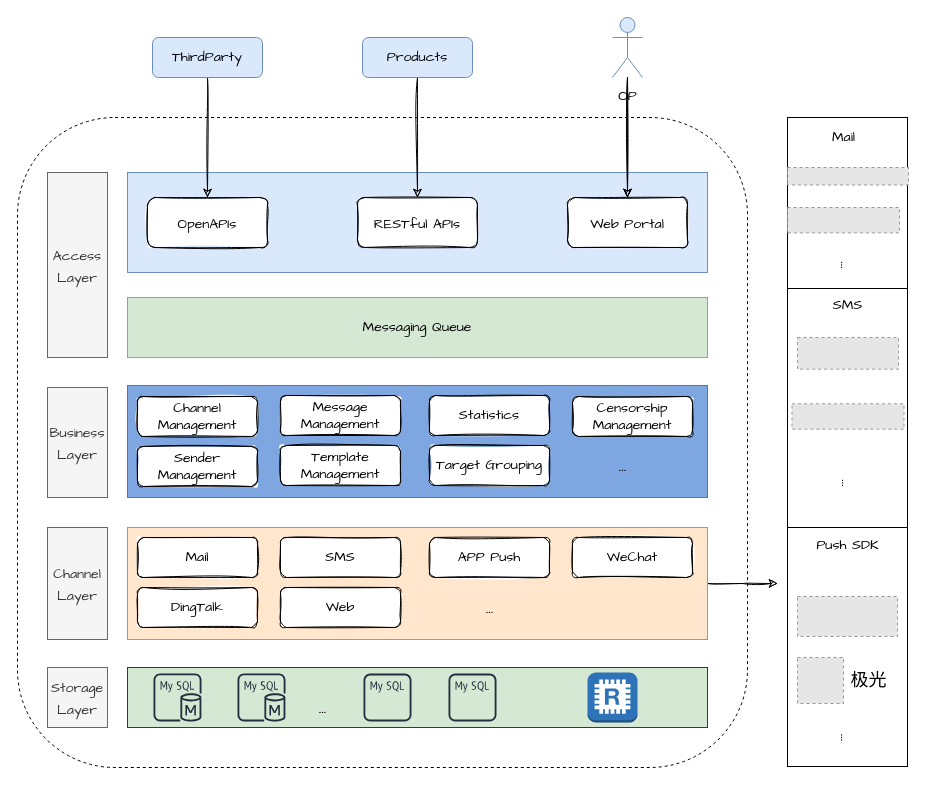
yindongjun/gangzhang.github.io keeps this draw.io diagram as MSP.drawio. Above is the earlier version. Source tidied: cells renumbered, new cells numbered last; positions are measured from the earlier drawing's top-left corner, leaving out a move shared by most shapes. Both pictures are drawn from the tidied source at 100%, with x=0, y=0 at pixel (17, 17). Pictures stored in the file or linked from it are replaced by grey dashed boxes.
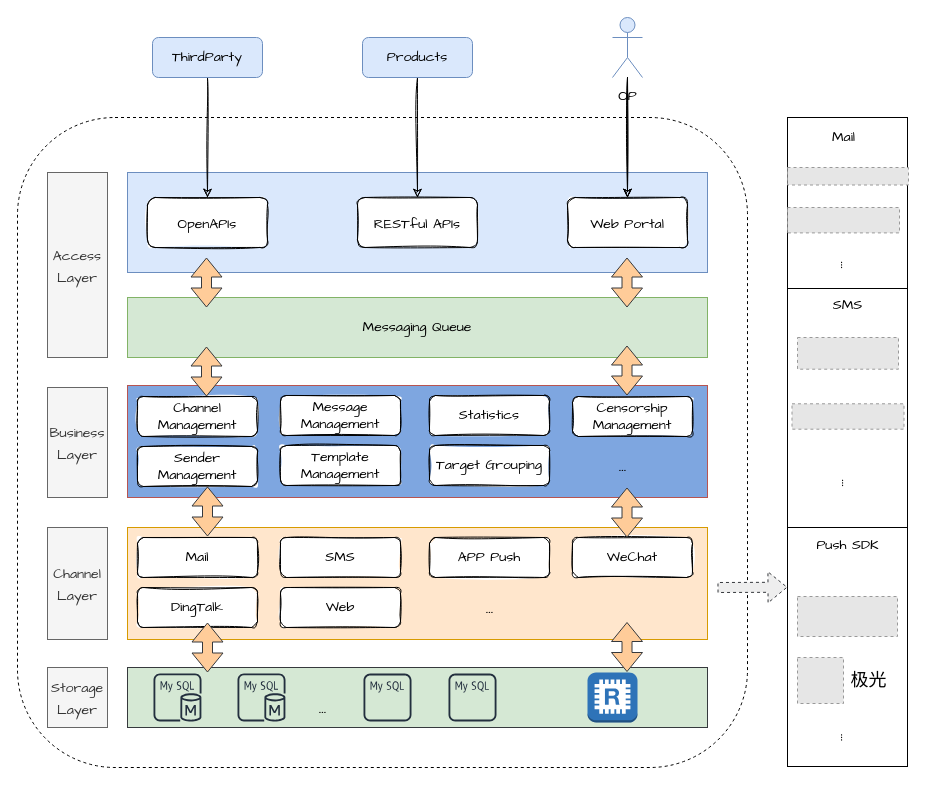
Above is the later version.

The change refers to these unchanged cells:
```xml
<mxCell id="26" style="rounded=0;whiteSpace=wrap;html=1;sketch=0;fontFamily=Comic Sans MS;fontSize=14;fillColor=#ffe6cc;strokeColor=#d79b00;" parent="1" vertex="1">
  <mxGeometry x="110" y="510" width="580" height="112" as="geometry" />
</mxCell>
<mxCell id="44" style="rounded=0;whiteSpace=wrap;html=1;labelBackgroundColor=none;sketch=0;fontFamily=Comic Sans MS;fontSize=14;fontColor=none;strokeColor=#000000;fillColor=default;" parent="1" vertex="1">
  <mxGeometry x="770" y="510" width="120" height="239" as="geometry" />
</mxCell>
```

Diff of the diagram source:
```diff
@@
-    <mxCell id="25" style="edgeStyle=orthogonalEdgeStyle;rounded=0;sketch=1;jettySize=auto;html=1;fontFamily=Comic Sans MS;fontSize=18;fontColor=none;" parent="1" edge="1" source="26">
-      <mxGeometry relative="1" as="geometry">
-        <mxPoint x="760" y="566" as="targetPoint" />
-      </mxGeometry>
-    </mxCell>
@@
+    <mxCell id="60" style="shape=flexArrow;endArrow=classic;startArrow=classic;html=1;rounded=0;sketch=0;fontFamily=Comic Sans MS;fontSize=14;fontColor=none;strokeWidth=1;fillColor=#ffcc99;strokeColor=#36393d;" parent="1" edge="1">
+      <mxGeometry relative="1" as="geometry">
+        <mxPoint x="189" y="290" as="sourcePoint" />
+        <mxPoint x="189" y="240" as="targetPoint" />
+      </mxGeometry>
+    </mxCell>
+    <mxCell id="61" style="shape=flexArrow;endArrow=classic;startArrow=classic;html=1;rounded=0;sketch=0;fontFamily=Comic Sans MS;fontSize=14;fontColor=none;strokeWidth=1;fillColor=#ffcc99;strokeColor=#36393d;" parent="1" edge="1">
+      <mxGeometry relative="1" as="geometry">
+        <mxPoint x="609.5" y="290" as="sourcePoint" />
+        <mxPoint x="609.5" y="240" as="targetPoint" />
+      </mxGeometry>
+    </mxCell>
+    <mxCell id="62" style="shape=flexArrow;endArrow=classic;startArrow=classic;html=1;rounded=0;sketch=0;fontFamily=Comic Sans MS;fontSize=14;fontColor=none;strokeWidth=1;fillColor=#ffcc99;strokeColor=#36393d;" parent="1" edge="1">
+      <mxGeometry relative="1" as="geometry">
+        <mxPoint x="189" y="379" as="sourcePoint" />
+        <mxPoint x="189" y="329" as="targetPoint" />
+      </mxGeometry>
+    </mxCell>
+    <mxCell id="63" style="shape=flexArrow;endArrow=classic;startArrow=classic;html=1;rounded=0;sketch=0;fontFamily=Comic Sans MS;fontSize=14;fontColor=none;strokeWidth=1;fillColor=#ffcc99;strokeColor=#36393d;" parent="1" edge="1">
+      <mxGeometry relative="1" as="geometry">
+        <mxPoint x="609.5" y="378" as="sourcePoint" />
+        <mxPoint x="609.5" y="328" as="targetPoint" />
+      </mxGeometry>
+    </mxCell>
+    <mxCell id="64" style="shape=flexArrow;endArrow=classic;startArrow=classic;html=1;rounded=0;sketch=0;fontFamily=Comic Sans MS;fontSize=14;fontColor=none;strokeWidth=1;fillColor=#ffcc99;strokeColor=#36393d;" parent="1" edge="1">
+      <mxGeometry relative="1" as="geometry">
+        <mxPoint x="190" y="519" as="sourcePoint" />
+        <mxPoint x="190" y="469" as="targetPoint" />
+      </mxGeometry>
+    </mxCell>
+    <mxCell id="65" style="shape=flexArrow;endArrow=classic;startArrow=classic;html=1;rounded=0;sketch=0;fontFamily=Comic Sans MS;fontSize=14;fontColor=none;strokeWidth=1;fillColor=#ffcc99;strokeColor=#36393d;" parent="1" edge="1">
+      <mxGeometry relative="1" as="geometry">
+        <mxPoint x="609.5" y="520" as="sourcePoint" />
+        <mxPoint x="609.5" y="470" as="targetPoint" />
+      </mxGeometry>
+    </mxCell>
+    <mxCell id="66" style="shape=flexArrow;endArrow=classic;startArrow=classic;html=1;rounded=0;sketch=0;fontFamily=Comic Sans MS;fontSize=14;fontColor=none;strokeWidth=1;fillColor=#ffcc99;strokeColor=#36393d;" parent="1" edge="1">
+      <mxGeometry relative="1" as="geometry">
+        <mxPoint x="190" y="655" as="sourcePoint" />
+        <mxPoint x="190" y="605" as="targetPoint" />
+      </mxGeometry>
+    </mxCell>
+    <mxCell id="67" style="shape=flexArrow;endArrow=classic;startArrow=classic;html=1;rounded=0;sketch=0;fontFamily=Comic Sans MS;fontSize=14;fontColor=none;strokeWidth=1;fillColor=#ffcc99;strokeColor=#36393d;" parent="1" edge="1">
+      <mxGeometry relative="1" as="geometry">
+        <mxPoint x="609.5" y="654.5" as="sourcePoint" />
+        <mxPoint x="609.5" y="604.5" as="targetPoint" />
+      </mxGeometry>
+    </mxCell>
+    <mxCell id="68" style="shape=flexArrow;endArrow=classic;html=1;rounded=0;sketch=0;fontFamily=Comic Sans MS;fontSize=14;fontColor=none;strokeWidth=1;fillColor=#eeeeee;entryX=0;entryY=0.25;entryDx=0;entryDy=0;strokeColor=#36393d;dashed=1;" parent="1" edge="1" target="44">
+      <mxGeometry relative="1" as="geometry">
+        <mxPoint x="700" y="570" as="sourcePoint" />
+      </mxGeometry>
+    </mxCell>
```
